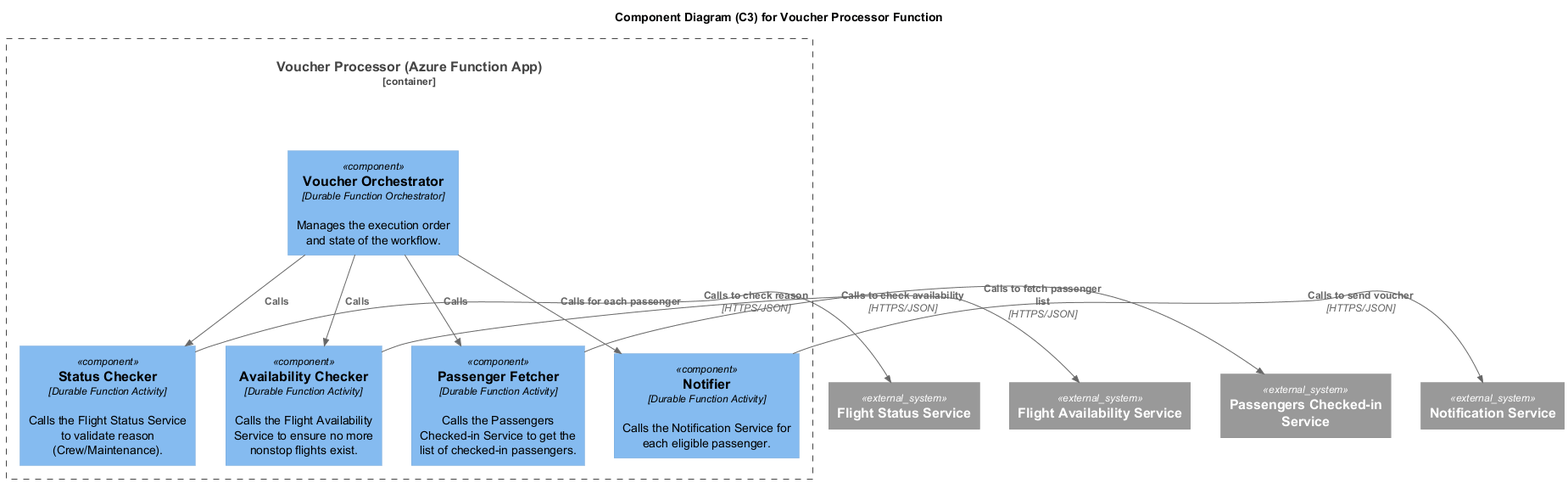
reachnaveen/aa-gm-sa-interview keeps this PlantUML diagram as Exercise3/diagrams/3-component.png. Above is the earlier version. The source it was exported from:
```plantuml
@startuml
!include https://raw.githubusercontent.com/plantuml-stdlib/C4-PlantUML/master/C4_Component.puml

title Component Diagram (C3) for Voucher Processor Function

Container_Boundary(voucher_function, "Voucher Processor (Azure Function App)") {

    Component(orchestrator, "Voucher Orchestrator", "Durable Function Orchestrator", "Manages the execution order and state of the workflow.")

    Component(status_checker, "Status Checker", "Durable Function Activity", "Calls the Flight Status Service to validate reason (Crew/Maintenance).")
    Component(availability_checker, "Availability Checker", "Durable Function Activity", "Calls the Flight Availability Service to ensure no more nonstop flights exist.")
    Component(passenger_fetcher, "Passenger Fetcher", "Durable Function Activity", "Calls the Passengers Checked-in Service to get the list of checked-in passengers.")
    Component(notifier, "Notifier", "Durable Function Activity", "Calls the Notification Service for each eligible passenger.")

    Rel(orchestrator, status_checker, "Calls")
    Rel(orchestrator, availability_checker, "Calls")
    Rel(orchestrator, passenger_fetcher, "Calls")
    Rel(orchestrator, notifier, "Calls for each passenger")
}

System_Ext(status_api, "Flight Status Service")
System_Ext(availability_api, "Flight Availability Service")
System_Ext(checked_in_api, "Passengers Checked-in Service")
System_Ext(notification_api, "Notification Service")

Rel_R(status_checker, status_api, "Calls to check reason", "HTTPS/JSON")
Rel_R(availability_checker, availability_api, "Calls to check availability", "HTTPS/JSON")
Rel_R(passenger_fetcher, checked_in_api, "Calls to fetch passenger list", "HTTPS/JSON")
Rel_R(notifier, notification_api, "Calls to send voucher", "HTTPS/JSON")

@enduml
```
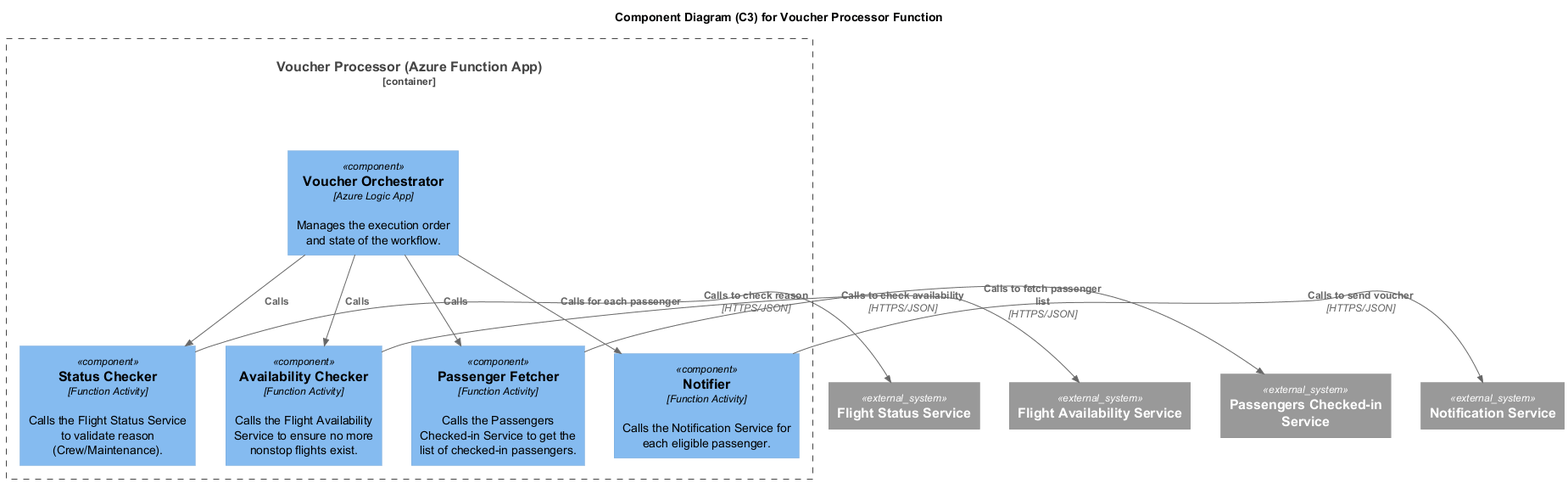
The same file after the commit.

What changed in the source:
```diff
@@ -5,12 +5,11 @@
 
 Container_Boundary(voucher_function, "Voucher Processor (Azure Function App)") {
 
-    Component(orchestrator, "Voucher Orchestrator", "Durable Function Orchestrator", "Manages the execution order and state of the workflow.")
-
-    Component(status_checker, "Status Checker", "Durable Function Activity", "Calls the Flight Status Service to validate reason (Crew/Maintenance).")
-    Component(availability_checker, "Availability Checker", "Durable Function Activity", "Calls the Flight Availability Service to ensure no more nonstop flights exist.")
-    Component(passenger_fetcher, "Passenger Fetcher", "Durable Function Activity", "Calls the Passengers Checked-in Service to get the list of checked-in passengers.")
-    Component(notifier, "Notifier", "Durable Function Activity", "Calls the Notification Service for each eligible passenger.")
+    Component(orchestrator, "Voucher Orchestrator", "Azure Logic App", "Manages the execution order and state of the workflow.")
+    Component(status_checker, "Status Checker", "Function Activity", "Calls the Flight Status Service to validate reason (Crew/Maintenance).")
+    Component(availability_checker, "Availability Checker", "Function Activity", "Calls the Flight Availability Service to ensure no more nonstop flights exist.")
+    Component(passenger_fetcher, "Passenger Fetcher", "Function Activity", "Calls the Passengers Checked-in Service to get the list of checked-in passengers.")
+    Component(notifier, "Notifier", "Function Activity", "Calls the Notification Service for each eligible passenger.")
 
     Rel(orchestrator, status_checker, "Calls")
     Rel(orchestrator, availability_checker, "Calls")
```
